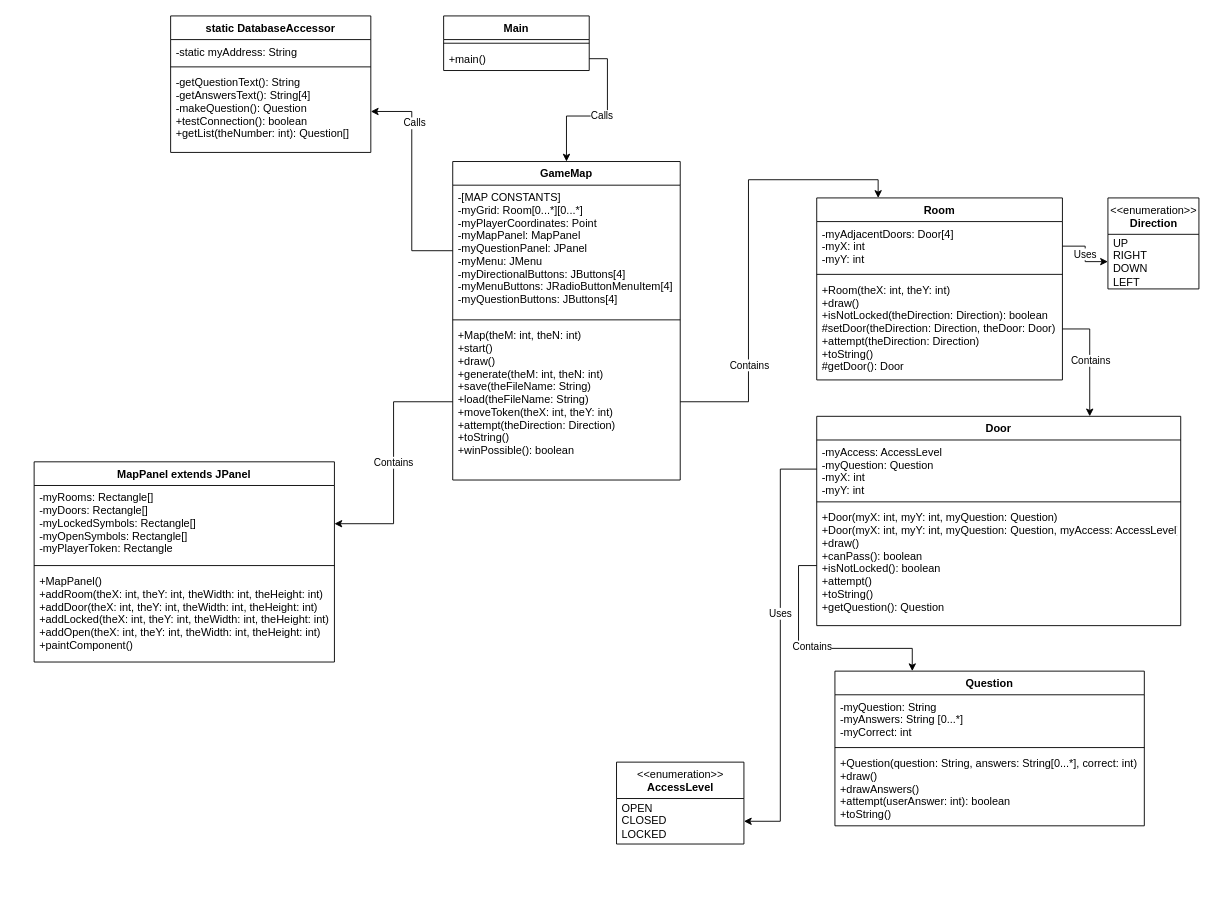
Above: TriviaMazeUML.drawio in mperez68/TriviaMaze (draw.io), before the change. Source tidied: cells renumbered, new cells numbered last; positions are measured from the earlier drawing's top-left corner, leaving out a move shared by most shapes. Both pictures are drawn from the tidied source at 91%, with x=0, y=0 at pixel (34, 15).
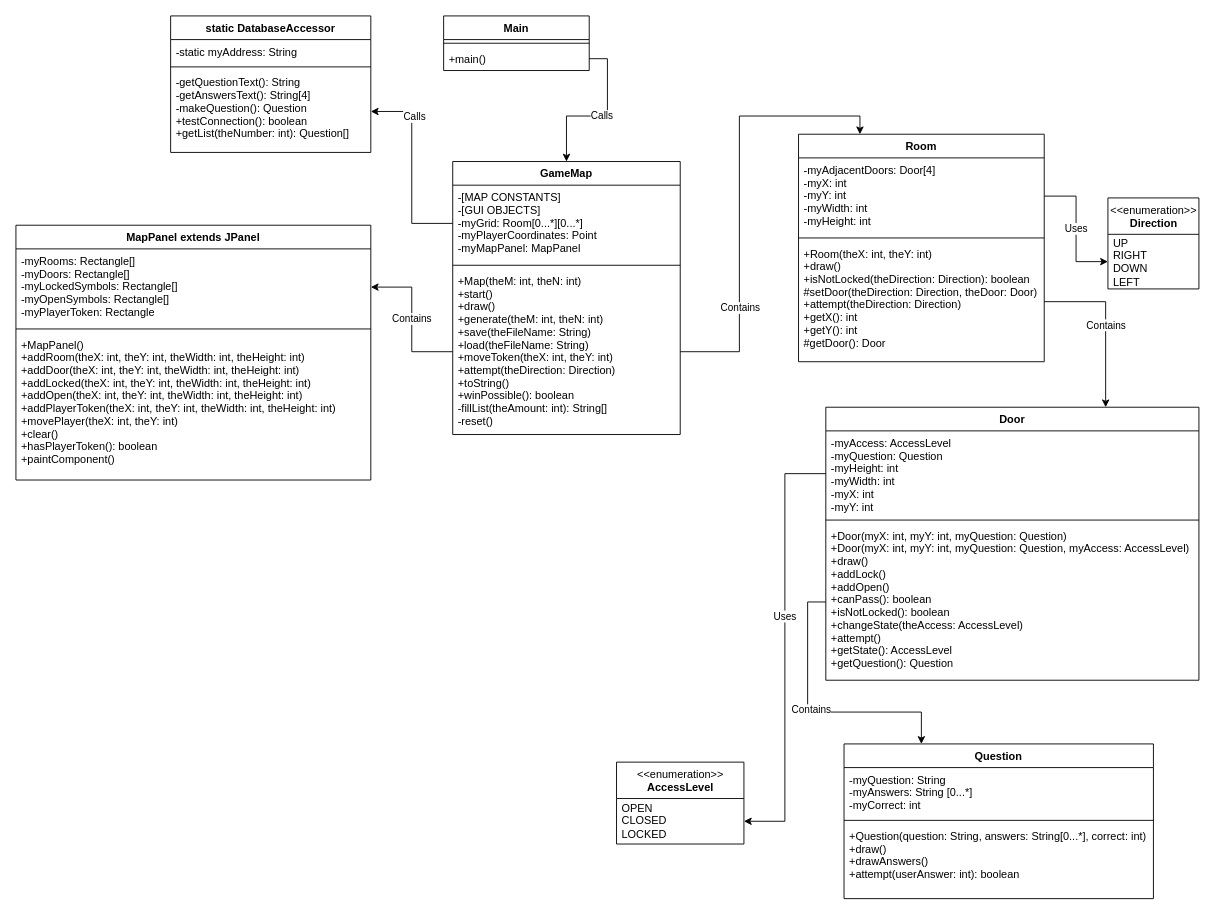
The same page after the edit.

Diff of the diagram source:
```diff
@@
     <mxCell id="2" value="GameMap" style="swimlane;fontStyle=1;align=center;verticalAlign=top;horizontal=1;startSize=26;" parent="1" vertex="1">
-      <mxGeometry x="460" y="160" width="250" height="350" as="geometry" />
+      <mxGeometry x="460" y="160" width="250" height="300" as="geometry" />
     </mxCell>
-    <mxCell id="3" value="-[MAP CONSTANTS]&#10;-myGrid: Room[0...*][0...*]&#10;-myPlayerCoordinates: Point&#10;-myMapPanel: MapPanel&#10;-myQuestionPanel: JPanel&#10;-myMenu: JMenu&#10;-myDirectionalButtons: JButtons[4]&#10;-myMenuButtons: JRadioButtonMenuItem[4]&#10;-myQuestionButtons: JButtons[4]" style="text;strokeColor=none;fillColor=none;align=left;verticalAlign=top;spacingLeft=4;spacingRight=4;overflow=hidden;points=[[0,0.5],[1,0.5]];portConstraint=eastwest;labelBackgroundColor=none;" parent="2" vertex="1">
-      <mxGeometry y="26" width="250" height="144" as="geometry" />
+    <mxCell id="3" value="-[MAP CONSTANTS]&#10;-[GUI OBJECTS]&#10;-myGrid: Room[0...*][0...*]&#10;-myPlayerCoordinates: Point&#10;-myMapPanel: MapPanel" style="text;strokeColor=none;fillColor=none;align=left;verticalAlign=top;spacingLeft=4;spacingRight=4;overflow=hidden;points=[[0,0.5],[1,0.5]];portConstraint=eastwest;labelBackgroundColor=none;" parent="2" vertex="1">
+      <mxGeometry y="26" width="250" height="84" as="geometry" />
     </mxCell>
     <mxCell id="4" style="line;strokeWidth=1;fillColor=none;align=left;verticalAlign=middle;spacingTop=-1;spacingLeft=3;spacingRight=3;labelPosition=right;" parent="2" vertex="1">
-      <mxGeometry y="170" width="250" height="8" as="geometry" />
+      <mxGeometry y="110" width="250" height="8" as="geometry" />
     </mxCell>
-    <mxCell id="5" value="+Map(theM: int, theN: int)&#10;+start()&#10;+draw()&#10;+generate(theM: int, theN: int)&#10;+save(theFileName: String)&#10;+load(theFileName: String)&#10;+moveToken(theX: int, theY: int)&#10;+attempt(theDirection: Direction)&#10;+toString()&#10;+winPossible(): boolean" style="text;strokeColor=none;fillColor=none;align=left;verticalAlign=top;spacingLeft=4;spacingRight=4;overflow=hidden;points=[[0,0.5],[1,0.5]];portConstraint=eastwest;" parent="2" vertex="1">
-      <mxGeometry y="178" width="250" height="172" as="geometry" />
+    <mxCell id="5" value="+Map(theM: int, theN: int)&#10;+start()&#10;+draw()&#10;+generate(theM: int, theN: int)&#10;+save(theFileName: String)&#10;+load(theFileName: String)&#10;+moveToken(theX: int, theY: int)&#10;+attempt(theDirection: Direction)&#10;+toString()&#10;+winPossible(): boolean&#10;-fillList(theAmount: int): String[]&#10;-reset()" style="text;strokeColor=none;fillColor=none;align=left;verticalAlign=top;spacingLeft=4;spacingRight=4;overflow=hidden;points=[[0,0.5],[1,0.5]];portConstraint=eastwest;" parent="2" vertex="1">
+      <mxGeometry y="118" width="250" height="182" as="geometry" />
     </mxCell>
     <mxCell id="6" value="Room" style="swimlane;fontStyle=1;align=center;verticalAlign=top;horizontal=1;startSize=26;" parent="1" vertex="1">
-      <mxGeometry x="860" y="200" width="270" height="200" as="geometry" />
+      <mxGeometry x="840" y="130" width="270" height="250" as="geometry" />
     </mxCell>
-    <mxCell id="7" value="-myAdjacentDoors: Door[4]&#10;-myX: int&#10;-myY: int" style="text;strokeColor=none;fillColor=none;align=left;verticalAlign=top;spacingLeft=4;spacingRight=4;overflow=hidden;points=[[0,0.5],[1,0.5]];portConstraint=eastwest;" parent="6" vertex="1">
-      <mxGeometry y="26" width="270" height="54" as="geometry" />
+    <mxCell id="7" value="-myAdjacentDoors: Door[4]&#10;-myX: int&#10;-myY: int&#10;-myWidth: int&#10;-myHeight: int" style="text;strokeColor=none;fillColor=none;align=left;verticalAlign=top;spacingLeft=4;spacingRight=4;overflow=hidden;points=[[0,0.5],[1,0.5]];portConstraint=eastwest;" parent="6" vertex="1">
+      <mxGeometry y="26" width="270" height="84" as="geometry" />
     </mxCell>
     <mxCell id="8" style="line;strokeWidth=1;fillColor=none;align=left;verticalAlign=middle;spacingTop=-1;spacingLeft=3;spacingRight=3;labelPosition=right;" parent="6" vertex="1">
-      <mxGeometry y="80" width="270" height="8" as="geometry" />
+      <mxGeometry y="110" width="270" height="8" as="geometry" />
     </mxCell>
-    <mxCell id="9" value="+Room(theX: int, theY: int)&#10;+draw()&#10;+isNotLocked(theDirection: Direction): boolean&#10;#setDoor(theDirection: Direction, theDoor: Door)&#10;+attempt(theDirection: Direction)&#10;+toString()&#10;#getDoor(): Door" style="text;strokeColor=none;fillColor=none;align=left;verticalAlign=top;spacingLeft=4;spacingRight=4;overflow=hidden;points=[[0,0.5],[1,0.5]];portConstraint=eastwest;" parent="6" vertex="1">
-      <mxGeometry y="88" width="270" height="112" as="geometry" />
+    <mxCell id="9" value="+Room(theX: int, theY: int)&#10;+draw()&#10;+isNotLocked(theDirection: Direction): boolean&#10;#setDoor(theDirection: Direction, theDoor: Door)&#10;+attempt(theDirection: Direction)&#10;+getX(): int&#10;+getY(): int&#10;#getDoor(): Door" style="text;strokeColor=none;fillColor=none;align=left;verticalAlign=top;spacingLeft=4;spacingRight=4;overflow=hidden;points=[[0,0.5],[1,0.5]];portConstraint=eastwest;" parent="6" vertex="1">
+      <mxGeometry y="118" width="270" height="132" as="geometry" />
     </mxCell>
@@
     <mxCell id="12" value="Door" style="swimlane;fontStyle=1;align=center;verticalAlign=top;horizontal=1;startSize=26;" parent="1" vertex="1">
-      <mxGeometry x="860" y="440" width="400" height="230" as="geometry" />
+      <mxGeometry x="870" y="430" width="410" height="300" as="geometry" />
     </mxCell>
-    <mxCell id="13" value="-myAccess: AccessLevel&#10;-myQuestion: Question&#10;-myX: int&#10;-myY: int" style="text;strokeColor=none;fillColor=none;align=left;verticalAlign=top;spacingLeft=4;spacingRight=4;overflow=hidden;points=[[0,0.5],[1,0.5]];portConstraint=eastwest;" parent="12" vertex="1">
-      <mxGeometry y="26" width="400" height="64" as="geometry" />
+    <mxCell id="13" value="-myAccess: AccessLevel&#10;-myQuestion: Question&#10;-myHeight: int&#10;-myWidth: int&#10;-myX: int&#10;-myY: int" style="text;strokeColor=none;fillColor=none;align=left;verticalAlign=top;spacingLeft=4;spacingRight=4;overflow=hidden;points=[[0,0.5],[1,0.5]];portConstraint=eastwest;" parent="12" vertex="1">
+      <mxGeometry y="26" width="410" height="94" as="geometry" />
     </mxCell>
     <mxCell id="14" style="line;strokeWidth=1;fillColor=none;align=left;verticalAlign=middle;spacingTop=-1;spacingLeft=3;spacingRight=3;labelPosition=right;" parent="12" vertex="1">
-      <mxGeometry y="90" width="400" height="8" as="geometry" />
+      <mxGeometry y="120" width="410" height="8" as="geometry" />
     </mxCell>
-    <mxCell id="15" value="+Door(myX: int, myY: int, myQuestion: Question)&#10;+Door(myX: int, myY: int, myQuestion: Question, myAccess: AccessLevel)&#10;+draw()&#10;+canPass(): boolean&#10;+isNotLocked(): boolean&#10;+attempt()&#10;+toString()&#10;+getQuestion(): Question" style="text;strokeColor=none;fillColor=none;align=left;verticalAlign=top;spacingLeft=4;spacingRight=4;overflow=hidden;points=[[0,0.5],[1,0.5]];portConstraint=eastwest;" parent="12" vertex="1">
-      <mxGeometry y="98" width="400" height="132" as="geometry" />
+    <mxCell id="15" value="+Door(myX: int, myY: int, myQuestion: Question)&#10;+Door(myX: int, myY: int, myQuestion: Question, myAccess: AccessLevel)&#10;+draw()&#10;+addLock()&#10;+addOpen()&#10;+canPass(): boolean&#10;+isNotLocked(): boolean&#10;+changeState(theAccess: AccessLevel)&#10;+attempt()&#10;+getState(): AccessLevel&#10;+getQuestion(): Question" style="text;strokeColor=none;fillColor=none;align=left;verticalAlign=top;spacingLeft=4;spacingRight=4;overflow=hidden;points=[[0,0.5],[1,0.5]];portConstraint=eastwest;" parent="12" vertex="1">
+      <mxGeometry y="128" width="410" height="172" as="geometry" />
     </mxCell>
@@
     <mxCell id="25" value="Question" style="swimlane;fontStyle=1;align=center;verticalAlign=top;horizontal=1;startSize=26;" parent="1" vertex="1">
-      <mxGeometry x="880" y="720" width="340" height="170" as="geometry" />
+      <mxGeometry x="890" y="800" width="340" height="170" as="geometry" />
     </mxCell>
@@
-    <mxCell id="28" value="+Question(question: String, answers: String[0...*], correct: int)&#10;+draw()&#10;+drawAnswers()&#10;+attempt(userAnswer: int): boolean&#10;+toString()" style="text;strokeColor=none;fillColor=none;align=left;verticalAlign=top;spacingLeft=4;spacingRight=4;overflow=hidden;" parent="25" vertex="1">
+    <mxCell id="28" value="+Question(question: String, answers: String[0...*], correct: int)&#10;+draw()&#10;+drawAnswers()&#10;+attempt(userAnswer: int): boolean" style="text;strokeColor=none;fillColor=none;align=left;verticalAlign=top;spacingLeft=4;spacingRight=4;overflow=hidden;" parent="25" vertex="1">
       <mxGeometry y="88" width="340" height="82" as="geometry" />
     </mxCell>
@@
     <mxCell id="41" value="MapPanel extends JPanel" style="swimlane;fontStyle=1;align=center;verticalAlign=top;horizontal=1;startSize=26;" parent="1" vertex="1">
-      <mxGeometry y="490" width="330" height="220" as="geometry" />
+      <mxGeometry x="-20" y="230" width="390" height="280" as="geometry" />
     </mxCell>
     <mxCell id="42" value="-myRooms: Rectangle[]&#10;-myDoors: Rectangle[]&#10;-myLockedSymbols: Rectangle[]&#10;-myOpenSymbols: Rectangle[]&#10;-myPlayerToken: Rectangle" style="text;strokeColor=none;fillColor=none;align=left;verticalAlign=top;spacingLeft=4;spacingRight=4;overflow=hidden;points=[[0,0.5],[1,0.5]];portConstraint=eastwest;" parent="41" vertex="1">
-      <mxGeometry y="26" width="330" height="84" as="geometry" />
+      <mxGeometry y="26" width="390" height="84" as="geometry" />
     </mxCell>
     <mxCell id="43" style="line;strokeWidth=1;fillColor=none;align=left;verticalAlign=middle;spacingTop=-1;spacingLeft=3;spacingRight=3;labelPosition=right;" parent="41" vertex="1">
-      <mxGeometry y="110" width="330" height="8" as="geometry" />
+      <mxGeometry y="110" width="390" height="8" as="geometry" />
     </mxCell>
-    <mxCell id="44" value="+MapPanel()&#10;+addRoom(theX: int, theY: int, theWidth: int, theHeight: int)&#10;+addDoor(theX: int, theY: int, theWidth: int, theHeight: int)&#10;+addLocked(theX: int, theY: int, theWidth: int, theHeight: int)&#10;+addOpen(theX: int, theY: int, theWidth: int, theHeight: int)&#10;+paintComponent()" style="text;strokeColor=none;fillColor=none;align=left;verticalAlign=top;spacingLeft=4;spacingRight=4;overflow=hidden;" parent="41" vertex="1">
-      <mxGeometry y="118" width="330" height="102" as="geometry" />
+    <mxCell id="44" value="+MapPanel()&#10;+addRoom(theX: int, theY: int, theWidth: int, theHeight: int)&#10;+addDoor(theX: int, theY: int, theWidth: int, theHeight: int)&#10;+addLocked(theX: int, theY: int, theWidth: int, theHeight: int)&#10;+addOpen(theX: int, theY: int, theWidth: int, theHeight: int)&#10;+addPlayerToken(theX: int, theY: int, theWidth: int, theHeight: int)&#10;+movePlayer(theX: int, theY: int)&#10;+clear()&#10;+hasPlayerToken(): boolean&#10;+paintComponent()" style="text;strokeColor=none;fillColor=none;align=left;verticalAlign=top;spacingLeft=4;spacingRight=4;overflow=hidden;" parent="41" vertex="1">
+      <mxGeometry y="118" width="390" height="162" as="geometry" />
     </mxCell>
```
